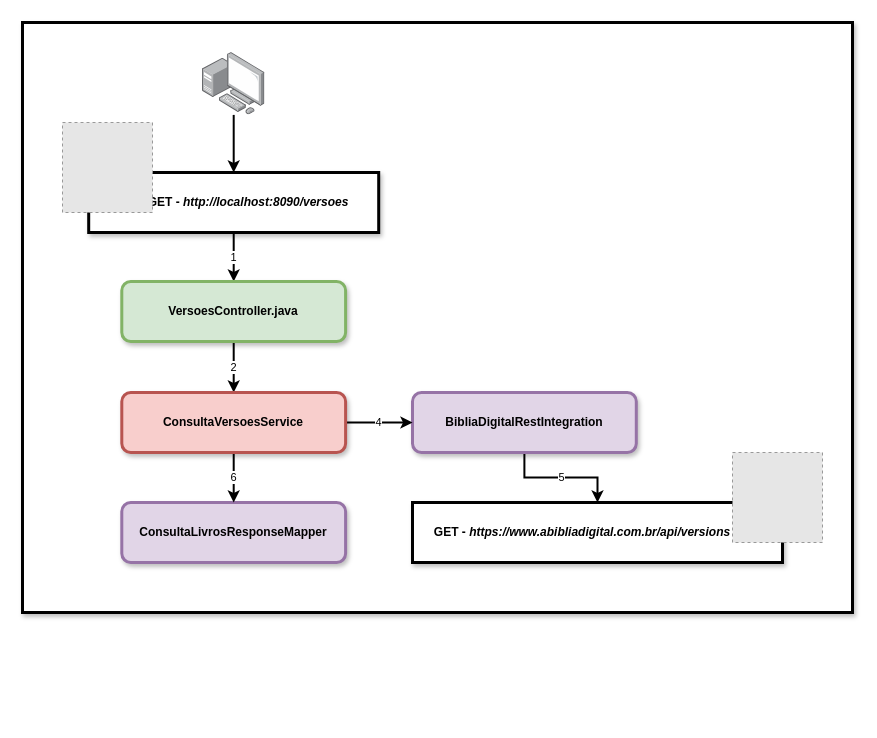
This is Diagramas/GET-versoes.drawio from GBellmont/Jesus_API, a draw.io file, before an edit. Source tidied: cells renumbered, new cells numbered last; positions are measured from the earlier drawing's top-left corner, leaving out a move shared by most shapes. Both pictures are drawn from the tidied source at 100%, with x=0, y=0 at pixel (22, 22). Pictures stored in the file or linked from it are replaced by grey dashed boxes.
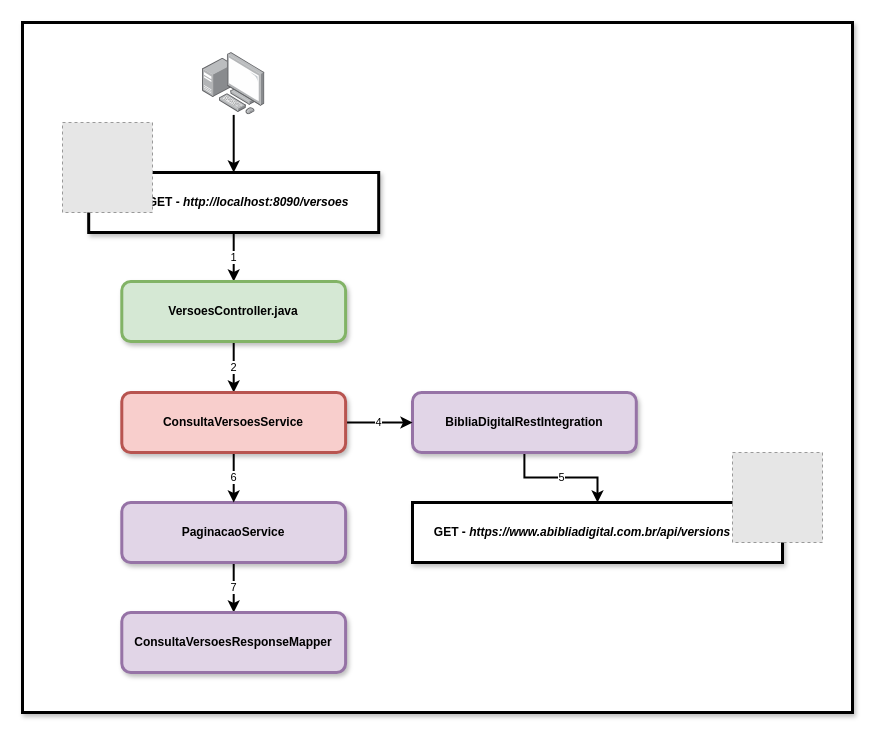
Above is the later version.

Change to the diagram source:
```diff
@@
 <mxGraphModel>
   <root>
     <mxCell id="0" />
     <mxCell id="1" parent="0" />
     <mxCell id="2" style="rounded=0;whiteSpace=wrap;html=1;shadow=1;glass=0;strokeWidth=3;fontColor=#000000;" parent="1" vertex="1">
-      <mxGeometry width="830" height="590" as="geometry" />
+      <mxGeometry width="830" height="690" as="geometry" />
     </mxCell>
     <mxCell id="3" value="1" style="edgeStyle=orthogonalEdgeStyle;rounded=0;jettySize=auto;html=1;entryX=0.5;entryY=0;entryDx=0;entryDy=0;strokeWidth=2;" parent="1" edge="1" source="4" target="6">
       <mxGeometry relative="1" as="geometry" />
     </mxCell>
     <mxCell id="4" value="&lt;b&gt;GET - &lt;i&gt;http://localhost:8090/versoes&lt;/i&gt;&lt;/b&gt;" style="rounded=0;whiteSpace=wrap;html=1;strokeWidth=3;spacingLeft=30;shadow=1;" parent="1" vertex="1">
       <mxGeometry x="66.2" y="150" width="290" height="60" as="geometry" />
     </mxCell>
     <mxCell id="5" value="2" style="edgeStyle=orthogonalEdgeStyle;rounded=0;jettySize=auto;html=1;exitX=0.5;exitY=1;exitDx=0;exitDy=0;entryX=0.5;entryY=0;entryDx=0;entryDy=0;strokeWidth=2;fontColor=#000000;" parent="1" edge="1" source="6" target="17">
       <mxGeometry relative="1" as="geometry" />
     </mxCell>
     <mxCell id="6" value="&lt;b&gt;VersoesController.java&lt;/b&gt;" style="rounded=1;whiteSpace=wrap;html=1;strokeWidth=3;strokeColor=#82b366;fillColor=#d5e8d4;glass=0;shadow=1;" parent="1" vertex="1">
       <mxGeometry x="99.3" y="259" width="223.8" height="60" as="geometry" />
     </mxCell>
     <mxCell id="7" value="5" style="edgeStyle=orthogonalEdgeStyle;rounded=0;jettySize=auto;html=1;entryX=0.5;entryY=0;entryDx=0;entryDy=0;strokeWidth=2;exitX=0.5;exitY=1;exitDx=0;exitDy=0;" parent="1" edge="1" source="8" target="12">
       <mxGeometry relative="1" as="geometry" />
     </mxCell>
     <mxCell id="8" value="&lt;b&gt;BibliaDigitalRestIntegration&lt;/b&gt;" style="rounded=1;whiteSpace=wrap;html=1;strokeWidth=3;strokeColor=#9673a6;fillColor=#e1d5e7;glass=0;shadow=1;" parent="1" vertex="1">
       <mxGeometry x="390" y="370" width="223.8" height="60" as="geometry" />
     </mxCell>
     <mxCell id="9" style="fillColor=#E6E6E6;strokeColor=#999999;dashed=1;verticalLabelPosition=bottom;labelBackgroundColor=#ffffff;verticalAlign=top;" parent="1" vertex="1">
       <mxGeometry x="40" y="100" width="90" height="90" as="geometry" />
     </mxCell>
     <mxCell id="10" style="edgeStyle=orthogonalEdgeStyle;rounded=0;jettySize=auto;html=1;entryX=0.5;entryY=0;entryDx=0;entryDy=0;strokeWidth=2;fontColor=#000000;" parent="1" edge="1" source="11" target="4">
       <mxGeometry relative="1" as="geometry" />
     </mxCell>
     <mxCell id="11" style="points=[];html=1;align=center;shadow=0;dashed=0;image;image=img/lib/allied_telesis/computer_and_terminals/Personal_Computer_with_Server.svg;rounded=1;glass=0;strokeColor=#009900;strokeWidth=3;fontColor=#000000;" parent="1" vertex="1">
       <mxGeometry x="180" y="30" width="62.4" height="62.4" as="geometry" />
     </mxCell>
     <mxCell id="12" value="&lt;b&gt;GET -&amp;nbsp;&lt;i&gt;https://www.abibliadigital.com.br/api/versions&lt;/i&gt;&lt;/b&gt;" style="rounded=0;whiteSpace=wrap;html=1;strokeWidth=3;spacingLeft=0;shadow=1;spacingRight=30;" parent="1" vertex="1">
       <mxGeometry x="390" y="480" width="370" height="60" as="geometry" />
     </mxCell>
     <mxCell id="13" style="fillColor=#E6E6E6;strokeColor=#999999;dashed=1;verticalLabelPosition=bottom;labelBackgroundColor=#ffffff;verticalAlign=top;" parent="1" vertex="1">
       <mxGeometry x="710" y="430" width="90" height="90" as="geometry" />
     </mxCell>
+    <mxCell id="18" value="7" style="edgeStyle=orthogonalEdgeStyle;rounded=0;jettySize=auto;html=1;exitX=0.5;exitY=1;exitDx=0;exitDy=0;entryX=0.5;entryY=0;entryDx=0;entryDy=0;strokeWidth=2;" parent="1" edge="1" source="14" target="19">
+      <mxGeometry relative="1" as="geometry" />
+    </mxCell>
-    <mxCell id="14" value="&lt;b&gt;ConsultaLivrosResponseMapper&lt;/b&gt;" style="rounded=1;whiteSpace=wrap;html=1;strokeWidth=3;strokeColor=#9673a6;fillColor=#e1d5e7;glass=0;shadow=1;" parent="1" vertex="1">
+    <mxCell id="14" value="&lt;b&gt;PaginacaoService&lt;/b&gt;" style="rounded=1;whiteSpace=wrap;html=1;strokeWidth=3;strokeColor=#9673a6;fillColor=#e1d5e7;glass=0;shadow=1;" parent="1" vertex="1">
       <mxGeometry x="99.3" y="480" width="223.8" height="60" as="geometry" />
     </mxCell>
     <mxCell id="15" value="4" style="edgeStyle=orthogonalEdgeStyle;rounded=0;jettySize=auto;html=1;entryX=0;entryY=0.5;entryDx=0;entryDy=0;strokeWidth=2;fontColor=#000000;" parent="1" edge="1" source="17" target="8">
       <mxGeometry relative="1" as="geometry" />
     </mxCell>
     <mxCell id="16" value="6" style="edgeStyle=orthogonalEdgeStyle;rounded=0;jettySize=auto;html=1;exitX=0.5;exitY=1;exitDx=0;exitDy=0;entryX=0.5;entryY=0;entryDx=0;entryDy=0;strokeWidth=2;fontColor=#000000;" parent="1" edge="1" source="17" target="14">
       <mxGeometry relative="1" as="geometry" />
     </mxCell>
     <mxCell id="17" value="&lt;pre&gt;&lt;font&gt;&lt;b&gt;&lt;font face=&quot;Helvetica&quot;&gt;ConsultaVersoesService&lt;/font&gt;&lt;/b&gt;&lt;font color=&quot;#f8f8f2&quot; style=&quot;background-color: rgb(40 , 42 , 54) ; font-family: &amp;#34;jetbrains mono&amp;#34; , monospace&quot;&gt;&lt;br&gt;&lt;/font&gt;&lt;/font&gt;&lt;/pre&gt;" style="rounded=1;whiteSpace=wrap;html=1;strokeWidth=3;strokeColor=#b85450;fillColor=#f8cecc;glass=0;shadow=1;" parent="1" vertex="1">
       <mxGeometry x="99.3" y="370" width="223.8" height="60" as="geometry" />
     </mxCell>
+    <mxCell id="19" value="&lt;b&gt;ConsultaVersoesResponseMapper&lt;/b&gt;" style="rounded=1;whiteSpace=wrap;html=1;strokeWidth=3;strokeColor=#9673a6;fillColor=#e1d5e7;glass=0;shadow=1;" parent="1" vertex="1">
+      <mxGeometry x="99.3" y="590" width="223.8" height="60" as="geometry" />
+    </mxCell>
   </root>
 </mxGraphModel>
```
